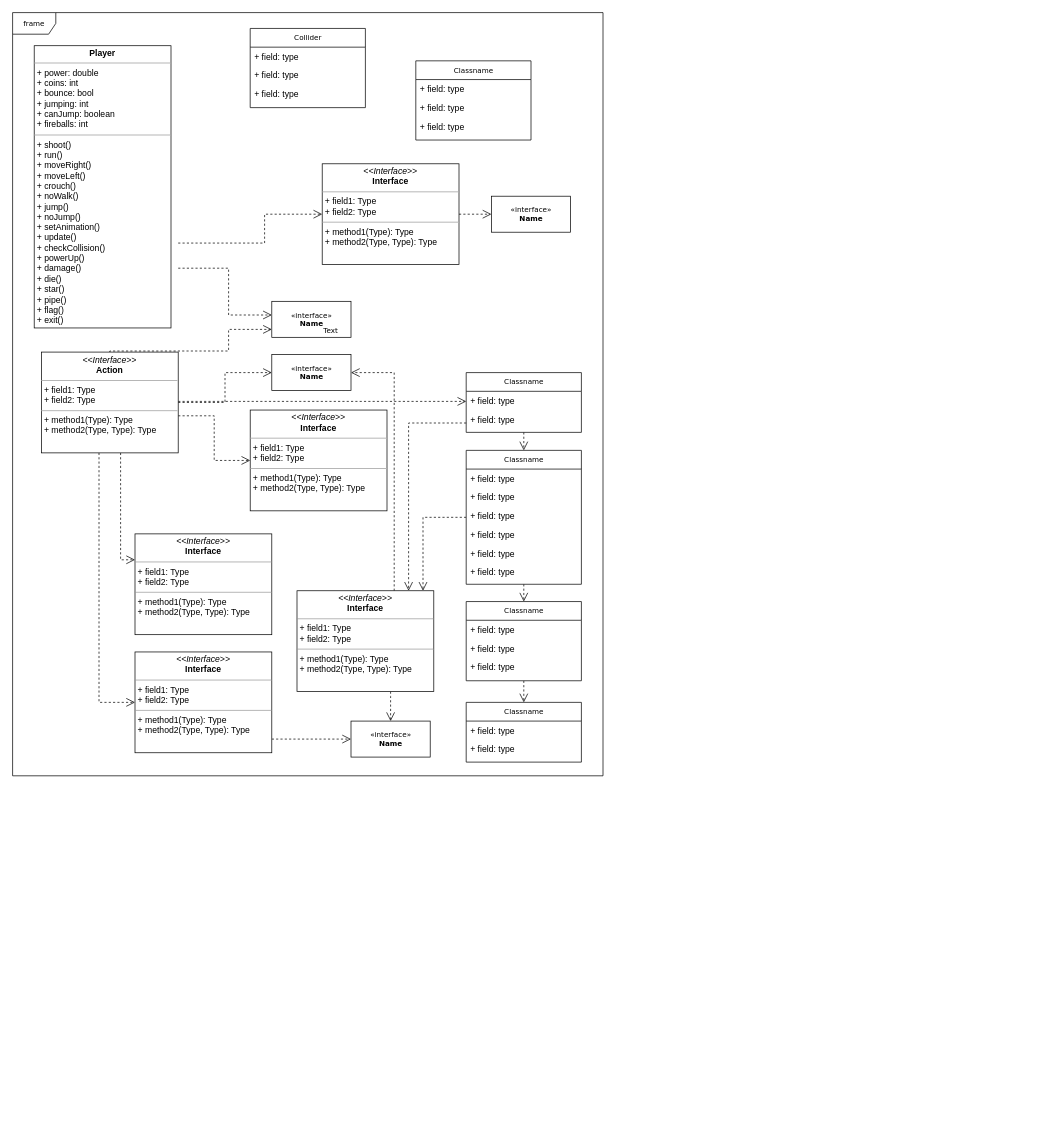
Earlier version of the draw.io diagram Untitled Diagram.drawio (tarkers/Draw-io). Source tidied: cells renumbered, new cells numbered last; positions are measured from the earlier drawing's top-left corner, leaving out a move shared by most shapes. Both pictures are drawn from the tidied source at 72%, with x=0, y=0 at pixel (12, 12).
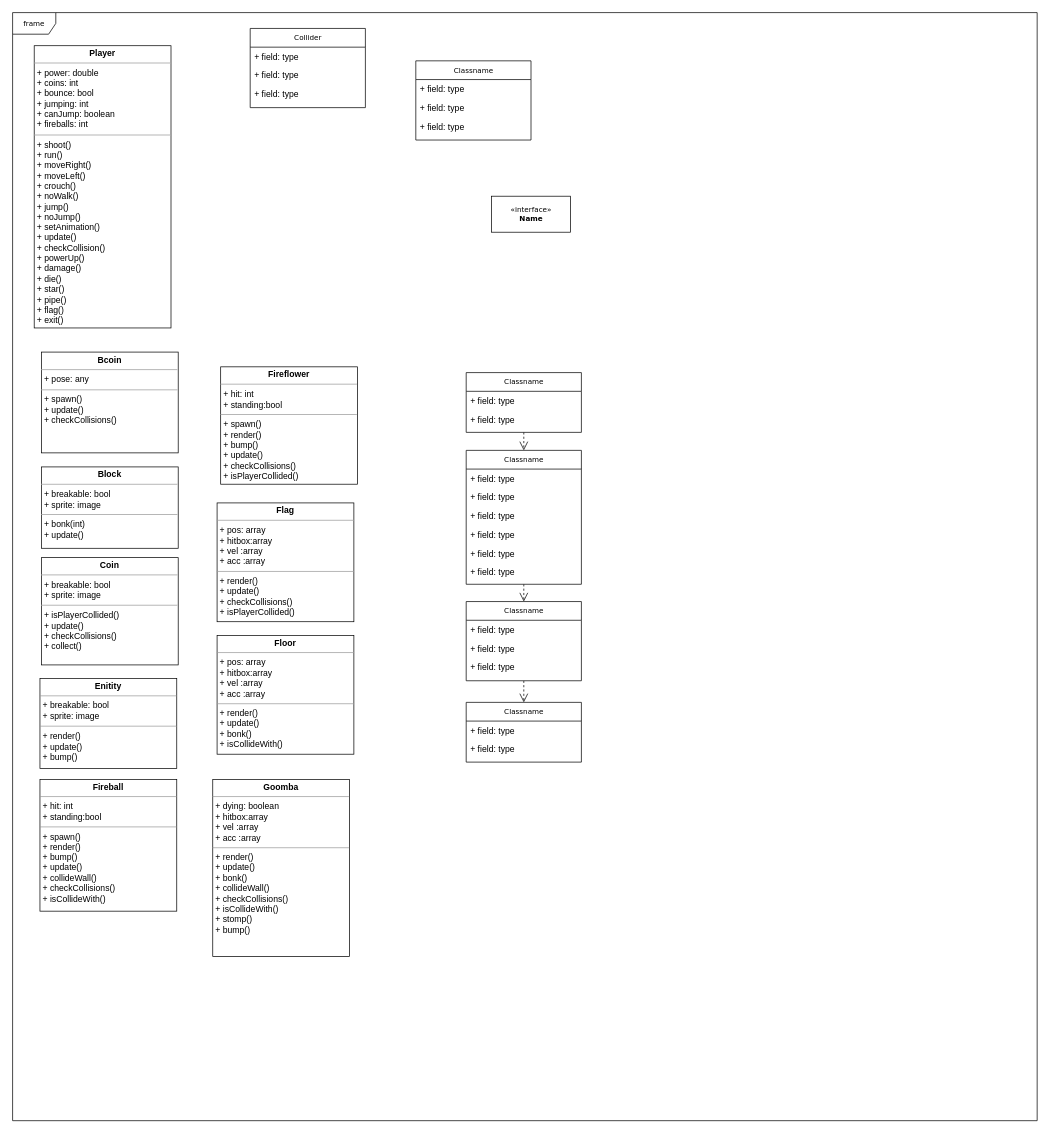
The same page after the edit.

The change refers to these unchanged cells:
```xml
<mxCell id="5" value="Classname" style="swimlane;html=1;fontStyle=0;horizontal=1;startSize=26;fillColor=none;swimlaneFillColor=#ffffff;rounded=0;shadow=0;comic=0;labelBackgroundColor=none;strokeWidth=1;fontFamily=Verdana;fontSize=10;align=center;" parent="1" vertex="1">
  <mxGeometry x="630" y="608" width="160" height="186" as="geometry" />
</mxCell>
<mxCell id="29" value="Classname" style="swimlane;html=1;fontStyle=0;horizontal=1;startSize=26;fillColor=none;swimlaneFillColor=#ffffff;rounded=0;shadow=0;comic=0;labelBackgroundColor=none;strokeWidth=1;fontFamily=Verdana;fontSize=10;align=center;" parent="1" vertex="1">
  <mxGeometry x="630" y="500" width="160" height="83" as="geometry" />
</mxCell>
<mxCell id="45" value="&amp;laquo;interface&amp;raquo;&lt;br&gt;&lt;b&gt;Name&lt;/b&gt;" style="html=1;rounded=0;shadow=0;comic=0;labelBackgroundColor=none;strokeWidth=1;fontFamily=Verdana;fontSize=10;align=center;" parent="1" vertex="1">
  <mxGeometry x="665" y="255" width="110" height="50" as="geometry" />
</mxCell>
```

The edit, as a diff of the source:
```diff
@@
     <mxCell id="2" value="frame" style="shape=umlFrame;whiteSpace=wrap;html=1;rounded=0;shadow=0;comic=0;labelBackgroundColor=none;strokeWidth=1;fontFamily=Verdana;fontSize=10;align=center;" parent="1" vertex="1">
-      <mxGeometry width="820" height="1060" as="geometry" />
+      <mxGeometry width="1423" height="1539" as="geometry" />
     </mxCell>
-    <mxCell id="3" style="edgeStyle=orthogonalEdgeStyle;rounded=0;html=1;dashed=1;labelBackgroundColor=none;startFill=0;endArrow=open;endFill=0;endSize=10;fontFamily=Verdana;fontSize=10;" parent="1" edge="1" source="5" target="35">
-      <mxGeometry relative="1" as="geometry">
-        <Array as="points">
-          <mxPoint x="570" y="701" />
-        </Array>
-      </mxGeometry>
-    </mxCell>
@@
-    <mxCell id="32" value="&amp;laquo;interface&amp;raquo;&lt;br&gt;&lt;b&gt;Name&lt;/b&gt;" style="html=1;rounded=0;shadow=0;comic=0;labelBackgroundColor=none;strokeWidth=1;fontFamily=Verdana;fontSize=10;align=center;" parent="1" vertex="1">
-      <mxGeometry x="470" y="984" width="110" height="50" as="geometry" />
-    </mxCell>
-    <mxCell id="33" style="edgeStyle=orthogonalEdgeStyle;rounded=0;html=1;dashed=1;labelBackgroundColor=none;startFill=0;endArrow=open;endFill=0;endSize=10;fontFamily=Verdana;fontSize=10;" parent="1" edge="1" source="35" target="32">
-      <mxGeometry relative="1" as="geometry">
-        <Array as="points">
-          <mxPoint x="525" y="950" />
-          <mxPoint x="525" y="950" />
-        </Array>
-      </mxGeometry>
-    </mxCell>
-    <mxCell id="34" style="edgeStyle=orthogonalEdgeStyle;rounded=0;html=1;dashed=1;labelBackgroundColor=none;startFill=0;endArrow=open;endFill=0;endSize=10;fontFamily=Verdana;fontSize=10;" parent="1" edge="1" source="35" target="40">
-      <mxGeometry relative="1" as="geometry">
-        <Array as="points">
-          <mxPoint x="530" y="500" />
-        </Array>
-      </mxGeometry>
-    </mxCell>
-    <mxCell id="35" value="&lt;p style=&quot;margin:0px;margin-top:4px;text-align:center;&quot;&gt;&lt;i&gt;&amp;lt;&amp;lt;Interface&amp;gt;&amp;gt;&lt;/i&gt;&lt;br/&gt;&lt;b&gt;Interface&lt;/b&gt;&lt;/p&gt;&lt;hr size=&quot;1&quot;/&gt;&lt;p style=&quot;margin:0px;margin-left:4px;&quot;&gt;+ field1: Type&lt;br/&gt;+ field2: Type&lt;/p&gt;&lt;hr size=&quot;1&quot;/&gt;&lt;p style=&quot;margin:0px;margin-left:4px;&quot;&gt;+ method1(Type): Type&lt;br/&gt;+ method2(Type, Type): Type&lt;/p&gt;" style="verticalAlign=top;align=left;overflow=fill;fontSize=12;fontFamily=Helvetica;html=1;rounded=0;shadow=0;comic=0;labelBackgroundColor=none;strokeWidth=1;" parent="1" vertex="1">
-      <mxGeometry x="395" y="803" width="190" height="140" as="geometry" />
-    </mxCell>
-    <mxCell id="36" value="&lt;p style=&quot;margin:0px;margin-top:4px;text-align:center;&quot;&gt;&lt;i&gt;&amp;lt;&amp;lt;Interface&amp;gt;&amp;gt;&lt;/i&gt;&lt;br/&gt;&lt;b&gt;Interface&lt;/b&gt;&lt;/p&gt;&lt;hr size=&quot;1&quot;/&gt;&lt;p style=&quot;margin:0px;margin-left:4px;&quot;&gt;+ field1: Type&lt;br/&gt;+ field2: Type&lt;/p&gt;&lt;hr size=&quot;1&quot;/&gt;&lt;p style=&quot;margin:0px;margin-left:4px;&quot;&gt;+ method1(Type): Type&lt;br/&gt;+ method2(Type, Type): Type&lt;/p&gt;" style="verticalAlign=top;align=left;overflow=fill;fontSize=12;fontFamily=Helvetica;html=1;rounded=0;shadow=0;comic=0;labelBackgroundColor=none;strokeWidth=1;" parent="1" vertex="1">
-      <mxGeometry x="330" y="552" width="190" height="140" as="geometry" />
-    </mxCell>
-    <mxCell id="37" style="edgeStyle=orthogonalEdgeStyle;rounded=0;html=1;dashed=1;labelBackgroundColor=none;startFill=0;endArrow=open;endFill=0;endSize=10;fontFamily=Verdana;fontSize=10;" parent="1" edge="1" source="38" target="32">
-      <mxGeometry relative="1" as="geometry">
-        <Array as="points">
-          <mxPoint x="390" y="1009" />
-          <mxPoint x="390" y="1009" />
-        </Array>
-      </mxGeometry>
-    </mxCell>
-    <mxCell id="38" value="&lt;p style=&quot;margin:0px;margin-top:4px;text-align:center;&quot;&gt;&lt;i&gt;&amp;lt;&amp;lt;Interface&amp;gt;&amp;gt;&lt;/i&gt;&lt;br/&gt;&lt;b&gt;Interface&lt;/b&gt;&lt;/p&gt;&lt;hr size=&quot;1&quot;/&gt;&lt;p style=&quot;margin:0px;margin-left:4px;&quot;&gt;+ field1: Type&lt;br/&gt;+ field2: Type&lt;/p&gt;&lt;hr size=&quot;1&quot;/&gt;&lt;p style=&quot;margin:0px;margin-left:4px;&quot;&gt;+ method1(Type): Type&lt;br/&gt;+ method2(Type, Type): Type&lt;/p&gt;" style="verticalAlign=top;align=left;overflow=fill;fontSize=12;fontFamily=Helvetica;html=1;rounded=0;shadow=0;comic=0;labelBackgroundColor=none;strokeWidth=1;" parent="1" vertex="1">
-      <mxGeometry x="170" y="888" width="190" height="140" as="geometry" />
-    </mxCell>
-    <mxCell id="39" value="&lt;p style=&quot;margin:0px;margin-top:4px;text-align:center;&quot;&gt;&lt;i&gt;&amp;lt;&amp;lt;Interface&amp;gt;&amp;gt;&lt;/i&gt;&lt;br/&gt;&lt;b&gt;Interface&lt;/b&gt;&lt;/p&gt;&lt;hr size=&quot;1&quot;/&gt;&lt;p style=&quot;margin:0px;margin-left:4px;&quot;&gt;+ field1: Type&lt;br/&gt;+ field2: Type&lt;/p&gt;&lt;hr size=&quot;1&quot;/&gt;&lt;p style=&quot;margin:0px;margin-left:4px;&quot;&gt;+ method1(Type): Type&lt;br/&gt;+ method2(Type, Type): Type&lt;/p&gt;" style="verticalAlign=top;align=left;overflow=fill;fontSize=12;fontFamily=Helvetica;html=1;rounded=0;shadow=0;comic=0;labelBackgroundColor=none;strokeWidth=1;" parent="1" vertex="1">
-      <mxGeometry x="170" y="724" width="190" height="140" as="geometry" />
+    <mxCell id="39" value="&lt;p style=&quot;margin: 0px ; margin-top: 4px ; text-align: center&quot;&gt;&lt;b&gt;Block&lt;/b&gt;&lt;/p&gt;&lt;hr size=&quot;1&quot;&gt;&lt;p style=&quot;margin: 0px ; margin-left: 4px&quot;&gt;+ breakable: bool&lt;br&gt;+ sprite: image&lt;/p&gt;&lt;hr size=&quot;1&quot;&gt;&lt;p style=&quot;margin: 0px ; margin-left: 4px&quot;&gt;+ bonk(int)&lt;br&gt;+ update()&lt;/p&gt;" style="verticalAlign=top;align=left;overflow=fill;fontSize=12;fontFamily=Helvetica;html=1;rounded=0;shadow=0;comic=0;labelBackgroundColor=none;strokeWidth=1;" parent="1" vertex="1">
+      <mxGeometry x="40" y="631" width="190" height="113" as="geometry" />
     </mxCell>
-    <mxCell id="40" value="&amp;laquo;interface&amp;raquo;&lt;br&gt;&lt;b&gt;Name&lt;/b&gt;" style="html=1;rounded=0;shadow=0;comic=0;labelBackgroundColor=none;strokeWidth=1;fontFamily=Verdana;fontSize=10;align=center;" parent="1" vertex="1">
-      <mxGeometry x="360" y="475" width="110" height="50" as="geometry" />
-    </mxCell>
-    <mxCell id="41" value="&amp;laquo;interface&amp;raquo;&lt;br&gt;&lt;b&gt;Name&lt;/b&gt;" style="html=1;rounded=0;shadow=0;comic=0;labelBackgroundColor=none;strokeWidth=1;fontFamily=Verdana;fontSize=10;align=center;" parent="1" vertex="1">
-      <mxGeometry x="360" y="401" width="110" height="50" as="geometry" />
-    </mxCell>
-    <mxCell id="42" style="edgeStyle=orthogonalEdgeStyle;rounded=0;html=1;dashed=1;labelBackgroundColor=none;startFill=0;endArrow=open;endFill=0;endSize=10;fontFamily=Verdana;fontSize=10;" parent="1" edge="1" source="43" target="45">
-      <mxGeometry relative="1" as="geometry" />
-    </mxCell>
-    <mxCell id="43" value="&lt;p style=&quot;margin:0px;margin-top:4px;text-align:center;&quot;&gt;&lt;i&gt;&amp;lt;&amp;lt;Interface&amp;gt;&amp;gt;&lt;/i&gt;&lt;br/&gt;&lt;b&gt;Interface&lt;/b&gt;&lt;/p&gt;&lt;hr size=&quot;1&quot;/&gt;&lt;p style=&quot;margin:0px;margin-left:4px;&quot;&gt;+ field1: Type&lt;br/&gt;+ field2: Type&lt;/p&gt;&lt;hr size=&quot;1&quot;/&gt;&lt;p style=&quot;margin:0px;margin-left:4px;&quot;&gt;+ method1(Type): Type&lt;br/&gt;+ method2(Type, Type): Type&lt;/p&gt;" style="verticalAlign=top;align=left;overflow=fill;fontSize=12;fontFamily=Helvetica;html=1;rounded=0;shadow=0;comic=0;labelBackgroundColor=none;strokeWidth=1;" parent="1" vertex="1">
-      <mxGeometry x="430" y="210" width="190" height="140" as="geometry" />
-    </mxCell>
-    <mxCell id="44" value="Text" style="text;html=1;align=left;verticalAlign=top;spacingTop=-4;fontSize=10;fontFamily=Verdana;fontColor=#000000;" parent="1" vertex="1">
-      <mxGeometry x="430" y="434" width="40" height="10" as="geometry" />
-    </mxCell>
@@
-    <mxCell id="47" style="edgeStyle=orthogonalEdgeStyle;rounded=0;html=1;dashed=1;labelBackgroundColor=none;startFill=0;endArrow=open;endFill=0;endSize=10;fontFamily=Verdana;fontSize=10;" parent="1" edge="1" target="43">
-      <mxGeometry relative="1" as="geometry">
-        <mxPoint x="230" y="320.1" as="sourcePoint" />
-        <Array as="points">
-          <mxPoint x="350" y="320" />
-          <mxPoint x="350" y="280" />
-        </Array>
-      </mxGeometry>
-    </mxCell>
-    <mxCell id="48" style="edgeStyle=orthogonalEdgeStyle;rounded=0;html=1;exitX=1;exitY=0.75;dashed=1;labelBackgroundColor=none;startFill=0;endArrow=open;endFill=0;endSize=10;fontFamily=Verdana;fontSize=10;" parent="1" edge="1" target="41">
-      <mxGeometry relative="1" as="geometry">
-        <mxPoint x="230" y="355" as="sourcePoint" />
-        <Array as="points">
-          <mxPoint x="300" y="355" />
-          <mxPoint x="300" y="420" />
-        </Array>
-      </mxGeometry>
-    </mxCell>
-    <mxCell id="49" style="edgeStyle=orthogonalEdgeStyle;rounded=0;html=1;dashed=1;labelBackgroundColor=none;startFill=0;endArrow=open;endFill=0;endSize=10;fontFamily=Verdana;fontSize=10;" parent="1" edge="1" source="55" target="41">
-      <mxGeometry relative="1" as="geometry">
-        <Array as="points">
-          <mxPoint x="300" y="470" />
-          <mxPoint x="300" y="440" />
-        </Array>
-      </mxGeometry>
-    </mxCell>
-    <mxCell id="50" style="edgeStyle=orthogonalEdgeStyle;rounded=0;html=1;dashed=1;labelBackgroundColor=none;startFill=0;endArrow=open;endFill=0;endSize=10;fontFamily=Verdana;fontSize=10;" parent="1" edge="1" source="55" target="40">
-      <mxGeometry relative="1" as="geometry" />
-    </mxCell>
-    <mxCell id="51" style="edgeStyle=orthogonalEdgeStyle;rounded=0;html=1;dashed=1;labelBackgroundColor=none;startFill=0;endArrow=open;endFill=0;endSize=10;fontFamily=Verdana;fontSize=10;" parent="1" edge="1" source="55" target="36">
-      <mxGeometry relative="1" as="geometry">
-        <Array as="points">
-          <mxPoint x="280" y="560" />
-          <mxPoint x="280" y="622" />
-        </Array>
-      </mxGeometry>
-    </mxCell>
-    <mxCell id="52" style="edgeStyle=orthogonalEdgeStyle;rounded=0;html=1;dashed=1;labelBackgroundColor=none;startFill=0;endArrow=open;endFill=0;endSize=10;fontFamily=Verdana;fontSize=10;" parent="1" edge="1" source="55" target="29">
-      <mxGeometry relative="1" as="geometry">
-        <Array as="points">
-          <mxPoint x="330" y="540" />
-          <mxPoint x="330" y="540" />
-        </Array>
-      </mxGeometry>
-    </mxCell>
-    <mxCell id="53" style="edgeStyle=orthogonalEdgeStyle;rounded=0;html=1;dashed=1;labelBackgroundColor=none;startFill=0;endArrow=open;endFill=0;endSize=10;fontFamily=Verdana;fontSize=10;" parent="1" edge="1" source="55" target="39">
-      <mxGeometry relative="1" as="geometry">
-        <Array as="points">
-          <mxPoint x="150" y="760" />
-        </Array>
-      </mxGeometry>
-    </mxCell>
-    <mxCell id="54" style="edgeStyle=orthogonalEdgeStyle;rounded=0;html=1;dashed=1;labelBackgroundColor=none;startFill=0;endArrow=open;endFill=0;endSize=10;fontFamily=Verdana;fontSize=10;" parent="1" edge="1" source="55" target="38">
-      <mxGeometry relative="1" as="geometry">
-        <Array as="points">
-          <mxPoint x="120" y="958" />
-        </Array>
-      </mxGeometry>
-    </mxCell>
-    <mxCell id="55" value="&lt;p style=&quot;margin: 0px ; margin-top: 4px ; text-align: center&quot;&gt;&lt;i&gt;&amp;lt;&amp;lt;Interface&amp;gt;&amp;gt;&lt;/i&gt;&lt;br&gt;&lt;b&gt;Action&lt;/b&gt;&lt;/p&gt;&lt;hr size=&quot;1&quot;&gt;&lt;p style=&quot;margin: 0px ; margin-left: 4px&quot;&gt;+ field1: Type&lt;br&gt;+ field2: Type&lt;/p&gt;&lt;hr size=&quot;1&quot;&gt;&lt;p style=&quot;margin: 0px ; margin-left: 4px&quot;&gt;+ method1(Type): Type&lt;br&gt;+ method2(Type, Type): Type&lt;/p&gt;" style="verticalAlign=top;align=left;overflow=fill;fontSize=12;fontFamily=Helvetica;html=1;rounded=0;shadow=0;comic=0;labelBackgroundColor=none;strokeWidth=1;" parent="1" vertex="1">
+    <mxCell id="55" value="&lt;p style=&quot;margin: 0px ; margin-top: 4px ; text-align: center&quot;&gt;&lt;b&gt;Bcoin&lt;/b&gt;&lt;/p&gt;&lt;hr size=&quot;1&quot;&gt;&lt;p style=&quot;margin: 0px ; margin-left: 4px&quot;&gt;+ pose: any&lt;br&gt;&lt;/p&gt;&lt;hr size=&quot;1&quot;&gt;&lt;p style=&quot;margin: 0px ; margin-left: 4px&quot;&gt;+ spawn()&lt;br&gt;+ update()&lt;/p&gt;&lt;p style=&quot;margin: 0px ; margin-left: 4px&quot;&gt;+ checkCollisions()&lt;/p&gt;" style="verticalAlign=top;align=left;overflow=fill;fontSize=12;fontFamily=Helvetica;html=1;rounded=0;shadow=0;comic=0;labelBackgroundColor=none;strokeWidth=1;" parent="1" vertex="1">
       <mxGeometry x="40" y="471.5" width="190" height="140" as="geometry" />
     </mxCell>
-    <mxCell id="56" style="edgeStyle=orthogonalEdgeStyle;rounded=0;html=1;dashed=1;labelBackgroundColor=none;startFill=0;endArrow=open;endFill=0;endSize=10;fontFamily=Verdana;fontSize=10;" parent="1" edge="1" source="29" target="35">
-      <mxGeometry relative="1" as="geometry">
-        <Array as="points">
-          <mxPoint x="550" y="570" />
-        </Array>
-      </mxGeometry>
-    </mxCell>
+    <mxCell id="57" value="&lt;p style=&quot;margin: 0px ; margin-top: 4px ; text-align: center&quot;&gt;&lt;b&gt;Coin&lt;/b&gt;&lt;/p&gt;&lt;hr size=&quot;1&quot;&gt;&lt;p style=&quot;margin: 0px ; margin-left: 4px&quot;&gt;+ breakable: bool&lt;br&gt;+ sprite: image&lt;/p&gt;&lt;hr size=&quot;1&quot;&gt;&lt;p style=&quot;margin: 0px ; margin-left: 4px&quot;&gt;+ isPlayerCollided()&lt;br&gt;+ update()&lt;/p&gt;&lt;p style=&quot;margin: 0px ; margin-left: 4px&quot;&gt;+ checkCollisions()&lt;/p&gt;&lt;p style=&quot;margin: 0px ; margin-left: 4px&quot;&gt;+ collect()&lt;/p&gt;" style="verticalAlign=top;align=left;overflow=fill;fontSize=12;fontFamily=Helvetica;html=1;rounded=0;shadow=0;comic=0;labelBackgroundColor=none;strokeWidth=1;" parent="1" vertex="1">
+      <mxGeometry x="40" y="757" width="190" height="149" as="geometry" />
+    </mxCell>
+    <mxCell id="58" value="&lt;p style=&quot;margin: 0px ; margin-top: 4px ; text-align: center&quot;&gt;&lt;b&gt;Enitity&lt;/b&gt;&lt;/p&gt;&lt;hr size=&quot;1&quot;&gt;&lt;p style=&quot;margin: 0px ; margin-left: 4px&quot;&gt;+ breakable: bool&lt;br&gt;+ sprite: image&lt;/p&gt;&lt;hr size=&quot;1&quot;&gt;&lt;p style=&quot;margin: 0px ; margin-left: 4px&quot;&gt;+ render()&lt;br&gt;+ update()&lt;/p&gt;&lt;p style=&quot;margin: 0px ; margin-left: 4px&quot;&gt;+ bump()&lt;/p&gt;" style="verticalAlign=top;align=left;overflow=fill;fontSize=12;fontFamily=Helvetica;html=1;rounded=0;shadow=0;comic=0;labelBackgroundColor=none;strokeWidth=1;" parent="1" vertex="1">
+      <mxGeometry x="38" y="925" width="190" height="125" as="geometry" />
+    </mxCell>
+    <mxCell id="59" value="&lt;p style=&quot;margin: 0px ; margin-top: 4px ; text-align: center&quot;&gt;&lt;b&gt;Fireball&lt;/b&gt;&lt;/p&gt;&lt;hr size=&quot;1&quot;&gt;&lt;p style=&quot;margin: 0px ; margin-left: 4px&quot;&gt;+ hit: int&lt;br&gt;+ standing:bool&lt;/p&gt;&lt;hr size=&quot;1&quot;&gt;&lt;p style=&quot;margin: 0px ; margin-left: 4px&quot;&gt;+ spawn()&lt;br&gt;+ render()&lt;/p&gt;&lt;p style=&quot;margin: 0px ; margin-left: 4px&quot;&gt;+ bump()&lt;/p&gt;&lt;p style=&quot;margin: 0px ; margin-left: 4px&quot;&gt;+ update()&lt;/p&gt;&lt;p style=&quot;margin: 0px ; margin-left: 4px&quot;&gt;+ collideWall()&lt;/p&gt;&lt;p style=&quot;margin: 0px ; margin-left: 4px&quot;&gt;+ checkCollisions()&lt;/p&gt;&lt;p style=&quot;margin: 0px ; margin-left: 4px&quot;&gt;+ isCollideWith()&lt;/p&gt;" style="verticalAlign=top;align=left;overflow=fill;fontSize=12;fontFamily=Helvetica;html=1;rounded=0;shadow=0;comic=0;labelBackgroundColor=none;strokeWidth=1;" parent="1" vertex="1">
+      <mxGeometry x="38" y="1065" width="190" height="183" as="geometry" />
+    </mxCell>
+    <mxCell id="60" value="&lt;p style=&quot;margin: 0px ; margin-top: 4px ; text-align: center&quot;&gt;&lt;b&gt;Fireflower&lt;/b&gt;&lt;/p&gt;&lt;hr size=&quot;1&quot;&gt;&lt;p style=&quot;margin: 0px ; margin-left: 4px&quot;&gt;+ hit: int&lt;br&gt;+ standing:bool&lt;/p&gt;&lt;hr size=&quot;1&quot;&gt;&lt;p style=&quot;margin: 0px ; margin-left: 4px&quot;&gt;+ spawn()&lt;br&gt;+ render()&lt;/p&gt;&lt;p style=&quot;margin: 0px ; margin-left: 4px&quot;&gt;+ bump()&lt;/p&gt;&lt;p style=&quot;margin: 0px ; margin-left: 4px&quot;&gt;+ update()&lt;/p&gt;&lt;p style=&quot;margin: 0px ; margin-left: 4px&quot;&gt;+ checkCollisions()&lt;/p&gt;&lt;p style=&quot;margin: 0px ; margin-left: 4px&quot;&gt;+ isPlayerCollided()&lt;/p&gt;" style="verticalAlign=top;align=left;overflow=fill;fontSize=12;fontFamily=Helvetica;html=1;rounded=0;shadow=0;comic=0;labelBackgroundColor=none;strokeWidth=1;" parent="1" vertex="1">
+      <mxGeometry x="289" y="492" width="190" height="163" as="geometry" />
+    </mxCell>
+    <mxCell id="61" value="&lt;p style=&quot;margin: 0px ; margin-top: 4px ; text-align: center&quot;&gt;&lt;b&gt;Flag&lt;/b&gt;&lt;/p&gt;&lt;hr size=&quot;1&quot;&gt;&lt;p style=&quot;margin: 0px ; margin-left: 4px&quot;&gt;+ pos: array&lt;br&gt;+ hitbox:array&lt;/p&gt;&lt;p style=&quot;margin: 0px ; margin-left: 4px&quot;&gt;+ vel :array&lt;/p&gt;&lt;p style=&quot;margin: 0px ; margin-left: 4px&quot;&gt;+ acc :array&lt;/p&gt;&lt;hr size=&quot;1&quot;&gt;&lt;p style=&quot;margin: 0px ; margin-left: 4px&quot;&gt;+ render()&lt;/p&gt;&lt;p style=&quot;margin: 0px ; margin-left: 4px&quot;&gt;+ update()&lt;/p&gt;&lt;p style=&quot;margin: 0px ; margin-left: 4px&quot;&gt;+ checkCollisions()&lt;/p&gt;&lt;p style=&quot;margin: 0px ; margin-left: 4px&quot;&gt;+ isPlayerCollided()&lt;/p&gt;" style="verticalAlign=top;align=left;overflow=fill;fontSize=12;fontFamily=Helvetica;html=1;rounded=0;shadow=0;comic=0;labelBackgroundColor=none;strokeWidth=1;" parent="1" vertex="1">
+      <mxGeometry x="284" y="681" width="190" height="165" as="geometry" />
+    </mxCell>
+    <mxCell id="62" value="&lt;p style=&quot;margin: 0px ; margin-top: 4px ; text-align: center&quot;&gt;&lt;b&gt;Floor&lt;/b&gt;&lt;/p&gt;&lt;hr size=&quot;1&quot;&gt;&lt;p style=&quot;margin: 0px ; margin-left: 4px&quot;&gt;+ pos: array&lt;br&gt;+ hitbox:array&lt;/p&gt;&lt;p style=&quot;margin: 0px ; margin-left: 4px&quot;&gt;+ vel :array&lt;/p&gt;&lt;p style=&quot;margin: 0px ; margin-left: 4px&quot;&gt;+ acc :array&lt;/p&gt;&lt;hr size=&quot;1&quot;&gt;&lt;p style=&quot;margin: 0px ; margin-left: 4px&quot;&gt;+ render()&lt;/p&gt;&lt;p style=&quot;margin: 0px ; margin-left: 4px&quot;&gt;+ update()&lt;/p&gt;&lt;p style=&quot;margin: 0px ; margin-left: 4px&quot;&gt;+ bonk()&lt;/p&gt;&lt;p style=&quot;margin: 0px ; margin-left: 4px&quot;&gt;+ isCollideWith()&lt;/p&gt;" style="verticalAlign=top;align=left;overflow=fill;fontSize=12;fontFamily=Helvetica;html=1;rounded=0;shadow=0;comic=0;labelBackgroundColor=none;strokeWidth=1;" parent="1" vertex="1">
+      <mxGeometry x="284" y="865" width="190" height="165" as="geometry" />
+    </mxCell>
+    <mxCell id="63" value="&lt;p style=&quot;margin: 0px ; margin-top: 4px ; text-align: center&quot;&gt;&lt;b&gt;Goomba&lt;/b&gt;&lt;/p&gt;&lt;hr size=&quot;1&quot;&gt;&lt;p style=&quot;margin: 0px ; margin-left: 4px&quot;&gt;+ dying: boolean&lt;br&gt;+ hitbox:array&lt;/p&gt;&lt;p style=&quot;margin: 0px ; margin-left: 4px&quot;&gt;+ vel :array&lt;/p&gt;&lt;p style=&quot;margin: 0px ; margin-left: 4px&quot;&gt;+ acc :array&lt;/p&gt;&lt;hr size=&quot;1&quot;&gt;&lt;p style=&quot;margin: 0px ; margin-left: 4px&quot;&gt;+ render()&lt;/p&gt;&lt;p style=&quot;margin: 0px ; margin-left: 4px&quot;&gt;+ update()&lt;/p&gt;&lt;p style=&quot;margin: 0px ; margin-left: 4px&quot;&gt;+ bonk()&lt;/p&gt;&lt;p style=&quot;margin: 0px ; margin-left: 4px&quot;&gt;+ collideWall()&lt;/p&gt;&lt;p style=&quot;margin: 0px ; margin-left: 4px&quot;&gt;+ checkCollisions()&lt;/p&gt;&lt;p style=&quot;margin: 0px ; margin-left: 4px&quot;&gt;+ isCollideWith()&lt;/p&gt;&lt;p style=&quot;margin: 0px ; margin-left: 4px&quot;&gt;+ stomp()&lt;/p&gt;&lt;p style=&quot;margin: 0px ; margin-left: 4px&quot;&gt;+ bump()&lt;/p&gt;" style="verticalAlign=top;align=left;overflow=fill;fontSize=12;fontFamily=Helvetica;html=1;rounded=0;shadow=0;comic=0;labelBackgroundColor=none;strokeWidth=1;" parent="1" vertex="1">
+      <mxGeometry x="278" y="1065" width="190" height="246" as="geometry" />
+    </mxCell>
```
